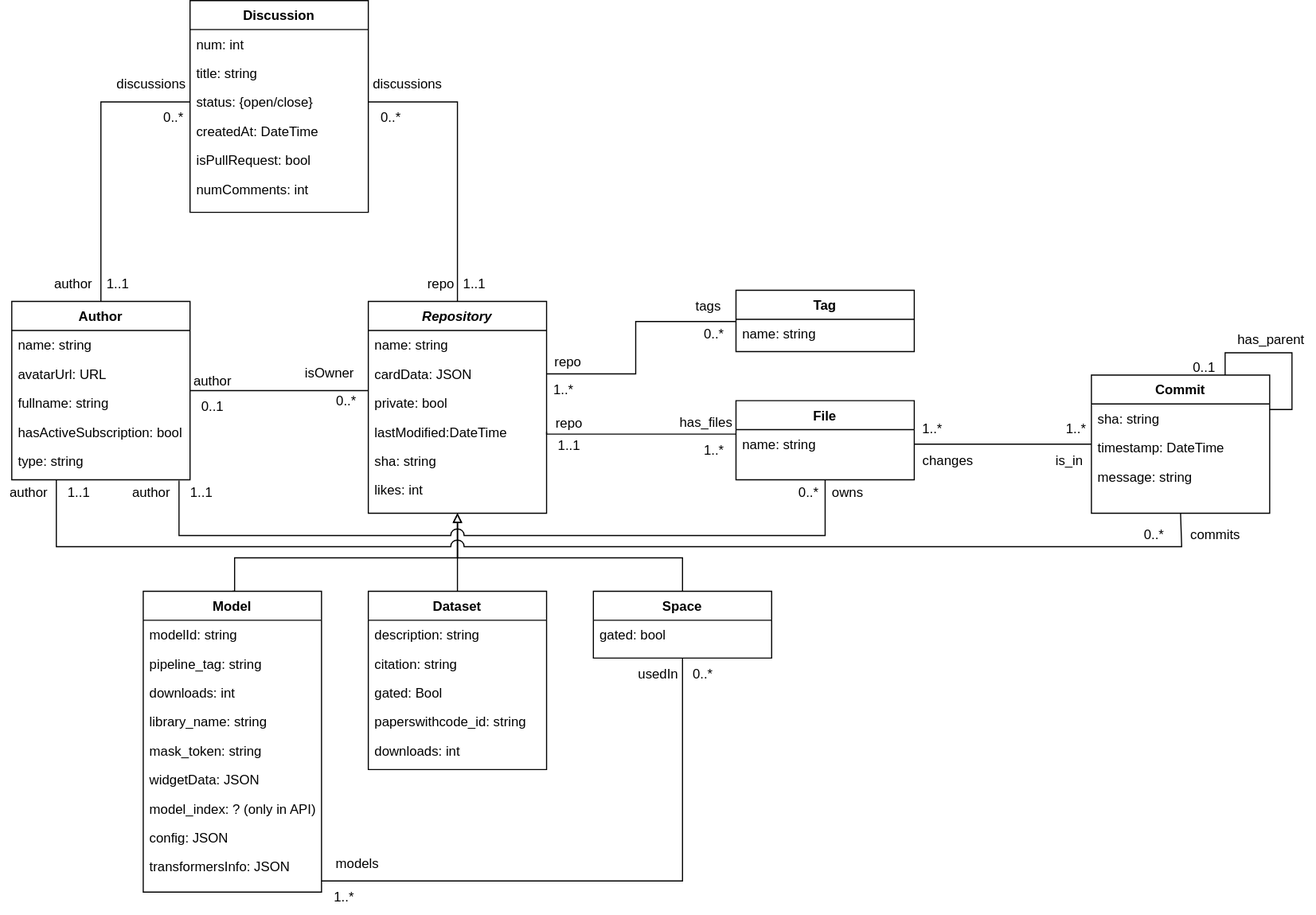
SOM-Research/HFCommunity keeps this draw.io diagram as resources/figs/conceptualSchema.svg. Above is the earlier version. Source tidied: cells renumbered, new cells last; positions are measured from the earlier drawing's top-left corner, leaving out a move shared by most shapes.
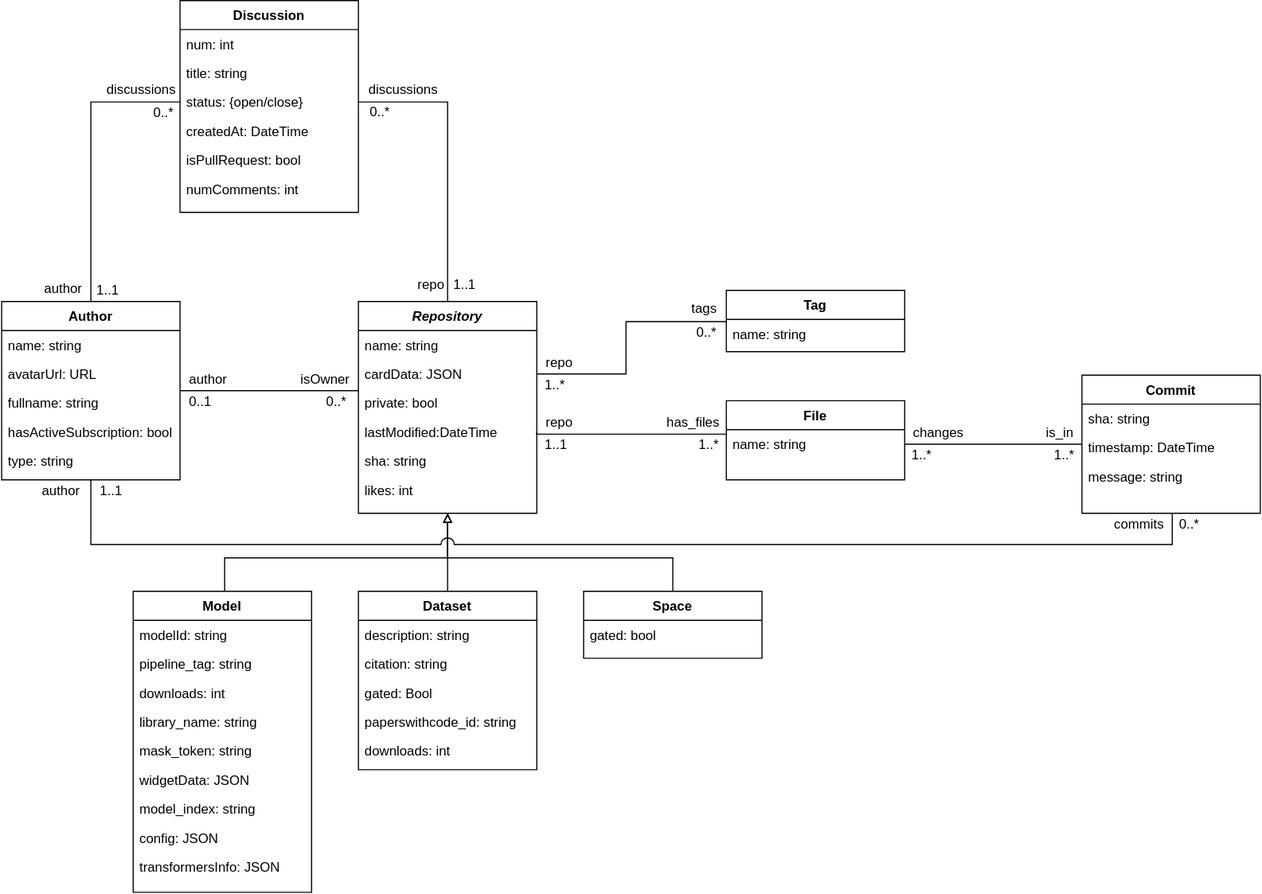
After the change.

Commit message:
ER diagram + details in UML/ER diagrams

What changed in the source:
```diff
@@ -32,7 +32,7 @@
     <mxCell id="9" value="widgetData: JSON" style="text;align=left;verticalAlign=top;spacingLeft=4;spacingRight=4;overflow=hidden;strokeWidth=2;" parent="3" vertex="1">
       <mxGeometry y="156" width="160" height="26" as="geometry" />
     </mxCell>
-    <mxCell id="10" value="model_index: ? (only in API)" style="text;align=left;verticalAlign=top;spacingLeft=4;spacingRight=4;overflow=hidden;strokeWidth=2;" parent="3" vertex="1">
+    <mxCell id="10" value="model_index: string" style="text;align=left;verticalAlign=top;spacingLeft=4;spacingRight=4;overflow=hidden;strokeWidth=2;" parent="3" vertex="1">
       <mxGeometry y="182" width="160" height="26" as="geometry" />
     </mxCell>
     <mxCell id="11" value="config: JSON" style="text;align=left;verticalAlign=top;spacingLeft=4;spacingRight=4;overflow=hidden;strokeWidth=2;" parent="3" vertex="1">
@@ -70,13 +70,6 @@
         </Array>
       </mxGeometry>
     </mxCell>
-    <mxCell id="21" style="edgeStyle=orthogonalEdgeStyle;rounded=0;jettySize=auto;html=1;exitX=0.5;exitY=1;exitDx=0;exitDy=0;endArrow=none;endFill=0;strokeColor=#000000;strokeWidth=1;" parent="1" edge="1" source="22" target="3">
-      <mxGeometry relative="1" as="geometry">
-        <Array as="points">
-          <mxPoint x="612" y="790" />
-        </Array>
-      </mxGeometry>
-    </mxCell>
     <mxCell id="22" value="Space" style="swimlane;fontStyle=1;align=center;verticalAlign=top;horizontal=1;startSize=26;rounded=0;shadow=0;strokeWidth=1;strokeColor=#000000;" parent="1" vertex="1">
       <mxGeometry x="532" y="530" width="160" height="60" as="geometry" />
     </mxCell>
@@ -169,25 +162,17 @@
       </mxGeometry>
     </mxCell>
     <mxCell id="49" value="tags" style="text;html=1;align=center;verticalAlign=middle;strokeColor=none;fillColor=none;" parent="1" vertex="1">
-      <mxGeometry x="610" y="260" width="50" height="30" as="geometry" />
+      <mxGeometry x="620" y="267" width="40" height="20" as="geometry" />
     </mxCell>
     <mxCell id="50" value="0..*" style="text;html=1;align=center;verticalAlign=middle;strokeColor=none;fillColor=none;" parent="1" vertex="1">
-      <mxGeometry x="620" y="285" width="40" height="30" as="geometry" />
+      <mxGeometry x="627" y="288" width="30" height="20" as="geometry" />
     </mxCell>
     <mxCell id="51" value="&lt;div&gt;repo&lt;/div&gt;" style="text;html=1;align=center;verticalAlign=middle;strokeColor=none;fillColor=none;" parent="1" vertex="1">
-      <mxGeometry x="484" y="310" width="50" height="30" as="geometry" />
+      <mxGeometry x="490" y="315" width="40" height="20" as="geometry" />
     </mxCell>
     <mxCell id="52" value="1..*" style="text;html=1;align=center;verticalAlign=middle;strokeColor=none;fillColor=none;" parent="1" vertex="1">
-      <mxGeometry x="485" y="335" width="40" height="30" as="geometry" />
+      <mxGeometry x="491" y="335" width="30" height="20" as="geometry" />
     </mxCell>
-    <mxCell id="53" style="edgeStyle=orthogonalEdgeStyle;rounded=0;jettySize=auto;html=1;exitX=0.5;exitY=1;exitDx=0;exitDy=0;endArrow=none;endFill=0;strokeWidth=1;strokeColor=#000000;entryX=1.002;entryY=-0.066;entryDx=0;entryDy=0;entryPerimeter=0;jumpStyle=arc;jumpSize=12;" parent="1" edge="1" source="54" target="87">
-      <mxGeometry relative="1" as="geometry">
-        <Array as="points">
-          <mxPoint x="740" y="480" />
-          <mxPoint x="160" y="480" />
-        </Array>
-      </mxGeometry>
-    </mxCell>
     <mxCell id="54" value="File" style="swimlane;fontStyle=1;align=center;verticalAlign=top;horizontal=1;startSize=26;rounded=0;shadow=0;strokeWidth=1;strokeColor=#000000;" parent="1" vertex="1">
       <mxGeometry x="660" y="359" width="160" height="71" as="geometry" />
     </mxCell>
@@ -202,49 +187,49 @@
       </mxGeometry>
     </mxCell>
     <mxCell id="57" value="has_files" style="text;html=1;align=center;verticalAlign=middle;strokeColor=none;fillColor=none;" parent="1" vertex="1">
-      <mxGeometry x="598" y="364" width="70" height="30" as="geometry" />
+      <mxGeometry x="600" y="369" width="60" height="20" as="geometry" />
     </mxCell>
     <mxCell id="58" value="1..*" style="text;html=1;align=center;verticalAlign=middle;strokeColor=none;fillColor=none;" parent="1" vertex="1">
-      <mxGeometry x="620" y="389" width="40" height="30" as="geometry" />
+      <mxGeometry x="629" y="389" width="30" height="20" as="geometry" />
     </mxCell>
     <mxCell id="59" value="repo" style="text;html=1;align=center;verticalAlign=middle;strokeColor=none;fillColor=none;" parent="1" vertex="1">
-      <mxGeometry x="485" y="365" width="50" height="30" as="geometry" />
+      <mxGeometry x="490" y="369" width="40" height="20" as="geometry" />
     </mxCell>
     <mxCell id="60" value="&lt;div&gt;1..1&lt;/div&gt;" style="text;html=1;align=center;verticalAlign=middle;strokeColor=none;fillColor=none;" parent="1" vertex="1">
-      <mxGeometry x="490" y="390" width="40" height="20" as="geometry" />
+      <mxGeometry x="487" y="389" width="40" height="20" as="geometry" />
     </mxCell>
     <mxCell id="61" value="author" style="text;html=1;align=center;verticalAlign=middle;strokeColor=none;fillColor=none;" parent="1" vertex="1">
-      <mxGeometry x="160" y="327" width="60" height="30" as="geometry" />
+      <mxGeometry x="170" y="330" width="50" height="20" as="geometry" />
     </mxCell>
     <mxCell id="62" value="&lt;div&gt;0..1&lt;/div&gt;" style="text;html=1;align=center;verticalAlign=middle;strokeColor=none;fillColor=none;" parent="1" vertex="1">
-      <mxGeometry x="170" y="350" width="40" height="30" as="geometry" />
+      <mxGeometry x="168" y="350" width="40" height="20" as="geometry" />
     </mxCell>
     <mxCell id="63" value="isOwner" style="text;html=1;align=center;verticalAlign=middle;strokeColor=none;fillColor=none;" parent="1" vertex="1">
-      <mxGeometry x="260" y="320" width="70" height="30" as="geometry" />
+      <mxGeometry x="270" y="330" width="60" height="20" as="geometry" />
     </mxCell>
     <mxCell id="64" value="0..*" style="text;html=1;align=center;verticalAlign=middle;strokeColor=none;fillColor=none;" parent="1" vertex="1">
-      <mxGeometry x="290" y="345" width="40" height="30" as="geometry" />
+      <mxGeometry x="295" y="350" width="30" height="20" as="geometry" />
     </mxCell>
     <mxCell id="65" value="discussions" style="text;html=1;align=center;verticalAlign=middle;strokeColor=none;fillColor=none;" parent="1" vertex="1">
-      <mxGeometry x="90" y="60" width="90" height="30" as="geometry" />
+      <mxGeometry x="95" y="70" width="80" height="20" as="geometry" />
     </mxCell>
     <mxCell id="66" value="0..*" style="text;html=1;align=center;verticalAlign=middle;strokeColor=none;fillColor=none;" parent="1" vertex="1">
-      <mxGeometry x="135" y="90" width="40" height="30" as="geometry" />
+      <mxGeometry x="140" y="91" width="30" height="20" as="geometry" />
     </mxCell>
     <mxCell id="67" value="author" style="text;html=1;align=center;verticalAlign=middle;strokeColor=none;fillColor=none;" parent="1" vertex="1">
-      <mxGeometry x="35" y="240" width="60" height="30" as="geometry" />
+      <mxGeometry x="40" y="249" width="50" height="20" as="geometry" />
     </mxCell>
     <mxCell id="68" value="1..1" style="text;html=1;align=center;verticalAlign=middle;strokeColor=none;fillColor=none;" parent="1" vertex="1">
-      <mxGeometry x="85" y="240" width="40" height="30" as="geometry" />
+      <mxGeometry x="85" y="250" width="40" height="20" as="geometry" />
     </mxCell>
     <mxCell id="69" style="edgeStyle=orthogonalEdgeStyle;rounded=0;jettySize=auto;html=1;exitX=1;exitY=0.5;exitDx=0;exitDy=0;entryX=0.5;entryY=0;entryDx=0;entryDy=0;endArrow=none;endFill=0;strokeColor=#000000;strokeWidth=1;" parent="1" edge="1" source="29" target="41">
       <mxGeometry relative="1" as="geometry" />
     </mxCell>
     <mxCell id="70" value="discussions" style="text;html=1;align=center;verticalAlign=middle;strokeColor=none;fillColor=none;" parent="1" vertex="1">
-      <mxGeometry x="320" y="60" width="90" height="30" as="geometry" />
+      <mxGeometry x="330" y="70" width="80" height="20" as="geometry" />
     </mxCell>
     <mxCell id="71" value="0..*" style="text;html=1;align=center;verticalAlign=middle;strokeColor=none;fillColor=none;" parent="1" vertex="1">
-      <mxGeometry x="330" y="90" width="40" height="30" as="geometry" />
+      <mxGeometry x="334" y="90" width="30" height="20" as="geometry" />
     </mxCell>
     <mxCell id="72" value="repo" style="text;html=1;align=center;verticalAlign=middle;strokeColor=none;fillColor=none;" parent="1" vertex="1">
       <mxGeometry x="370" y="240" width="50" height="30" as="geometry" />
@@ -252,29 +237,16 @@
     <mxCell id="73" value="1..1" style="text;html=1;align=center;verticalAlign=middle;strokeColor=none;fillColor=none;" parent="1" vertex="1">
       <mxGeometry x="405" y="240" width="40" height="30" as="geometry" />
     </mxCell>
-    <mxCell id="74" value="models" style="text;html=1;align=center;verticalAlign=middle;strokeColor=none;fillColor=none;" parent="1" vertex="1">
-      <mxGeometry x="285" y="760" width="70" height="30" as="geometry" />
-    </mxCell>
-    <mxCell id="75" value="1..*" style="text;html=1;align=center;verticalAlign=middle;strokeColor=none;fillColor=none;" parent="1" vertex="1">
-      <mxGeometry x="288" y="790" width="40" height="30" as="geometry" />
-    </mxCell>
-    <mxCell id="76" value="usedIn" style="text;html=1;align=center;verticalAlign=middle;strokeColor=none;fillColor=none;" parent="1" vertex="1">
-      <mxGeometry x="560" y="590" width="60" height="30" as="geometry" />
-    </mxCell>
-    <mxCell id="77" value="0..*" style="text;html=1;align=center;verticalAlign=middle;strokeColor=none;fillColor=none;" parent="1" vertex="1">
-      <mxGeometry x="610" y="590" width="40" height="30" as="geometry" />
-    </mxCell>
     <mxCell id="78" style="edgeStyle=orthogonalEdgeStyle;rounded=0;jettySize=auto;html=1;entryX=1;entryY=0.5;entryDx=0;entryDy=0;endArrow=none;endFill=0;strokeColor=#000000;strokeWidth=1;" parent="1" edge="1" source="80">
       <mxGeometry relative="1" as="geometry">
         <mxPoint x="820" y="398" as="targetPoint" />
       </mxGeometry>
     </mxCell>
-    <mxCell id="79" style="edgeStyle=orthogonalEdgeStyle;rounded=0;jettySize=auto;html=1;exitX=0.5;exitY=1;exitDx=0;exitDy=0;entryX=0.25;entryY=1;entryDx=0;entryDy=0;endArrow=none;endFill=0;strokeColor=#000000;strokeWidth=1;jumpStyle=arc;jumpSize=12;" parent="1" edge="1" source="80" target="34">
+    <mxCell id="79" style="edgeStyle=orthogonalEdgeStyle;rounded=0;jettySize=auto;html=1;endArrow=none;endFill=0;strokeColor=#000000;strokeWidth=1;jumpStyle=arc;jumpSize=12;entryX=0.5;entryY=1;entryDx=0;entryDy=0;" parent="1" edge="1" source="80" target="34">
       <mxGeometry relative="1" as="geometry">
         <Array as="points">
-          <mxPoint x="1060" y="460" />
-          <mxPoint x="1060" y="490" />
-          <mxPoint x="50" y="490" />
+          <mxPoint x="1060" y="488" />
+          <mxPoint x="90" y="488" />
         </Array>
       </mxGeometry>
     </mxCell>
@@ -291,49 +263,31 @@
       <mxGeometry y="78" width="160" height="26" as="geometry" />
     </mxCell>
     <mxCell id="84" value="1..*" style="text;html=1;align=center;verticalAlign=middle;strokeColor=none;fillColor=none;" parent="1" vertex="1">
-      <mxGeometry x="821" y="375" width="30" height="20" as="geometry" />
+      <mxGeometry x="820" y="398" width="30" height="20" as="geometry" />
     </mxCell>
     <mxCell id="85" value="1..*" style="text;html=1;align=center;verticalAlign=middle;strokeColor=none;fillColor=none;" parent="1" vertex="1">
-      <mxGeometry x="950" y="375" width="30" height="20" as="geometry" />
+      <mxGeometry x="948" y="398" width="30" height="20" as="geometry" />
     </mxCell>
-    <mxCell id="86" value="1..1" style="text;html=1;align=center;verticalAlign=middle;strokeColor=none;fillColor=none;" parent="1" vertex="1">
-      <mxGeometry x="160" y="432" width="40" height="20" as="geometry" />
-    </mxCell>
-    <mxCell id="87" value="author" style="text;html=1;align=center;verticalAlign=middle;points=[];strokeColor=none;fillColor=none;" parent="1" vertex="1">
-      <mxGeometry x="110" y="432" width="50" height="20" as="geometry" />
-    </mxCell>
-    <mxCell id="88" value="0..*" style="text;html=1;align=center;verticalAlign=middle;strokeColor=none;fillColor=none;" parent="1" vertex="1">
-      <mxGeometry x="710" y="432" width="30" height="20" as="geometry" />
-    </mxCell>
-    <mxCell id="89" value="owns" style="text;html=1;align=center;verticalAlign=middle;strokeColor=none;fillColor=none;" parent="1" vertex="1">
-      <mxGeometry x="740" y="432" width="40" height="20" as="geometry" />
-    </mxCell>
     <mxCell id="90" value="is_in" style="text;html=1;align=center;verticalAlign=middle;strokeColor=none;fillColor=none;" parent="1" vertex="1">
-      <mxGeometry x="939" y="403" width="40" height="20" as="geometry" />
+      <mxGeometry x="939" y="378" width="40" height="20" as="geometry" />
     </mxCell>
     <mxCell id="91" value="changes" style="text;html=1;align=center;verticalAlign=middle;strokeColor=none;fillColor=none;" parent="1" vertex="1">
-      <mxGeometry x="820" y="403" width="60" height="20" as="geometry" />
+      <mxGeometry x="820" y="378" width="60" height="20" as="geometry" />
     </mxCell>
+    <mxCell id="99" style="group;" parent="1" vertex="1">
+      <mxGeometry x="38" y="430" width="90" height="20" as="geometry" />
+    </mxCell>
-    <mxCell id="92" value="1..1" style="text;html=1;align=center;verticalAlign=middle;strokeColor=none;fillColor=none;" parent="1" vertex="1">
-      <mxGeometry x="50" y="432" width="40" height="20" as="geometry" />
+    <mxCell id="92" value="1..1" style="text;html=1;align=center;verticalAlign=middle;strokeColor=none;fillColor=none;" parent="99" vertex="1">
+      <mxGeometry x="50" width="40" height="20" as="geometry" />
     </mxCell>
-    <mxCell id="93" value="author" style="text;html=1;align=center;verticalAlign=middle;strokeColor=none;fillColor=none;" parent="1" vertex="1">
-      <mxGeometry y="432" width="50" height="20" as="geometry" />
+    <mxCell id="93" value="author" style="text;html=1;align=center;verticalAlign=middle;strokeColor=none;fillColor=none;" parent="99" vertex="1">
+      <mxGeometry width="50" height="20" as="geometry" />
     </mxCell>
     <mxCell id="94" value="commits" style="text;html=1;align=center;verticalAlign=middle;strokeColor=none;fillColor=none;" parent="1" vertex="1">
-      <mxGeometry x="1060" y="470" width="60" height="20" as="geometry" />
+      <mxGeometry x="1000" y="460" width="60" height="20" as="geometry" />
     </mxCell>
     <mxCell id="95" value="0..*" style="text;html=1;align=center;verticalAlign=middle;strokeColor=none;fillColor=none;" parent="1" vertex="1">
-      <mxGeometry x="1020" y="470" width="30" height="20" as="geometry" />
+      <mxGeometry x="1060" y="460" width="30" height="20" as="geometry" />
     </mxCell>
-    <mxCell id="96" value="has_parent" style="text;html=1;align=center;verticalAlign=middle;strokeColor=none;fillColor=none;" parent="1" vertex="1">
-      <mxGeometry x="1100" y="295" width="80" height="20" as="geometry" />
-    </mxCell>
-    <mxCell id="97" value="0..1" style="text;html=1;align=center;verticalAlign=middle;strokeColor=none;fillColor=none;" parent="1" vertex="1">
-      <mxGeometry x="1060" y="320" width="40" height="20" as="geometry" />
-    </mxCell>
-    <mxCell id="98" style="edgeStyle=orthogonalEdgeStyle;rounded=0;orthogonalLoop=1;jettySize=auto;html=1;exitX=0.75;exitY=0;exitDx=0;exitDy=0;entryX=1;entryY=0.25;entryDx=0;entryDy=0;endArrow=none;endFill=0;strokeColor=#000000;strokeWidth=1;" parent="1" edge="1" source="80" target="80">
-      <mxGeometry relative="1" as="geometry" />
-    </mxCell>
   </root>
 </mxGraphModel>
```
